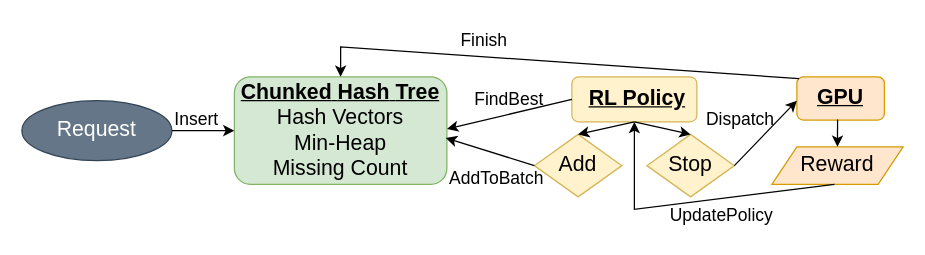
This is documentation/illustrations/pipeline.drawio from sakshamrathi21/Structured_LLM_Optimization, a draw.io file, before an edit. Source tidied: cells renumbered, new cells numbered last; positions are measured from the earlier drawing's top-left corner, leaving out a move shared by most shapes. Both pictures are drawn from the tidied source at 125%, with x=0, y=0 at pixel (21, 21).
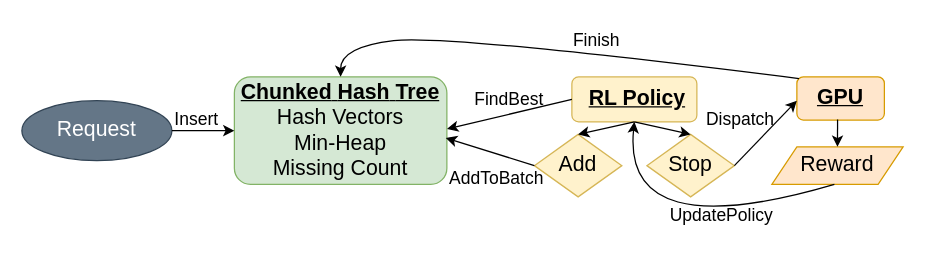
The same page after the edit.

Unchanged cells that the change refers to:
```xml
<mxCell id="3" value="&lt;font style=&quot;font-size: 17px;&quot;&gt;&lt;u&gt;&lt;b&gt;Chunked&lt;/b&gt; &lt;b&gt;Hash&lt;/b&gt; &lt;b&gt;Tree&lt;/b&gt;&lt;/u&gt;&lt;br&gt;Hash Vectors&lt;br&gt;Min-Heap&lt;br&gt;Missing Count&lt;/font&gt;" style="rounded=1;whiteSpace=wrap;html=1;fillColor=#d5e8d4;strokeColor=#82b366;" parent="1" vertex="1">
  <mxGeometry x="170" y="44" width="170" height="86" as="geometry" />
</mxCell>
<mxCell id="10" value="&lt;span style=&quot;font-size: 17px;&quot;&gt;&lt;b&gt;&lt;u&gt;GPU&lt;/u&gt;&lt;/b&gt;&lt;/span&gt;" style="rounded=1;whiteSpace=wrap;html=1;fillColor=#ffe6cc;strokeColor=#d79b00;" parent="1" vertex="1">
  <mxGeometry x="620" y="44" width="70" height="34.5" as="geometry" />
</mxCell>
```

The edit, as a diff of the source:
```diff
@@
-    <mxCell id="21" style="endArrow=classic;html=1;rounded=0;" parent="1" edge="1">
+    <mxCell id="21" style="endArrow=classic;html=1;rounded=0;curved=1;" parent="1" edge="1">
       <mxGeometry relative="1" as="geometry">
         <mxPoint x="650" y="130" as="sourcePoint" />
         <mxPoint x="490" y="80" as="targetPoint" />
         <Array as="points">
-          <mxPoint x="490" y="150" />
+          <mxPoint x="480" y="180" />
         </Array>
       </mxGeometry>
     </mxCell>
@@
-    <mxCell id="23" style="endArrow=classic;html=1;rounded=0;entryX=0.5;entryY=0;entryDx=0;entryDy=0;exitX=0.025;exitY=0.04;exitDx=0;exitDy=0;exitPerimeter=0;" parent="1" edge="1" source="10" target="3">
+    <mxCell id="23" style="endArrow=classic;html=1;rounded=0;entryX=0.5;entryY=0;entryDx=0;entryDy=0;exitX=0.025;exitY=0.04;exitDx=0;exitDy=0;exitPerimeter=0;curved=1;" parent="1" edge="1" source="10" target="3">
       <mxGeometry relative="1" as="geometry">
         <Array as="points">
+          <mxPoint x="340" y="10" />
           <mxPoint x="255" y="20" />
         </Array>
       </mxGeometry>
     </mxCell>
     <mxCell id="24" value="&lt;font style=&quot;font-size: 14px;&quot;&gt;Finish&lt;/font&gt;" style="text;html=1;whiteSpace=wrap;strokeColor=none;fillColor=none;align=center;verticalAlign=middle;rounded=0;" parent="1" vertex="1">
-      <mxGeometry x="340" width="60" height="30" as="geometry" />
+      <mxGeometry x="430" width="60" height="30" as="geometry" />
     </mxCell>
```
